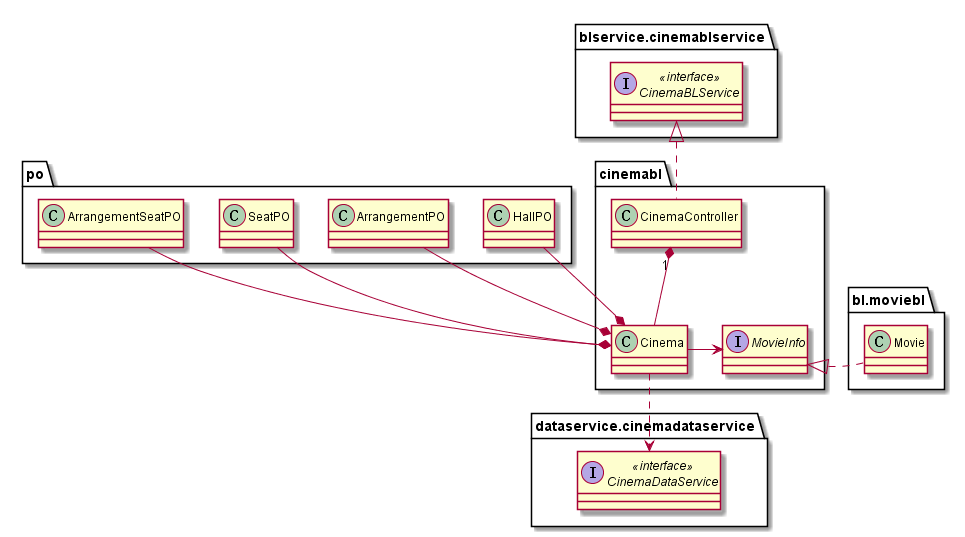
The PlantUML diagram docTask4/cinemabl_detailed_class_diagram.png in Lovell-918/UMLImage, before a commit.
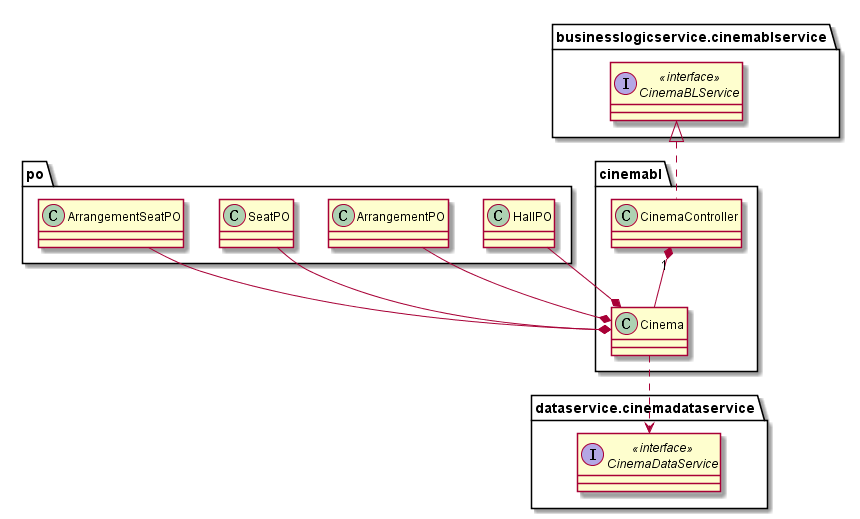
The same file after the commit.

The edit, as a diff of the source:
```diff
@@ -1,5 +1,5 @@
 @startuml cinemabl_detailed_class_diagram
-interface blservice.cinemablservice.CinemaBLService << interface >>
+interface businesslogicservice.cinemablservice.CinemaBLService << interface >>
 class po.HallPO
 class po.SeatPO
 class po.ArrangementPO
@@ -10,15 +10,12 @@
 package cinemabl{
     class CinemaController
     class Cinema
-    interface MovieInfo
-    CinemaController .up.|> blservice.cinemablservice.CinemaBLService
+    CinemaController .up.|> businesslogicservice.cinemablservice.CinemaBLService
     CinemaController "1" *-down- Cinema
     Cinema .down.> dataservice.cinemadataservice.CinemaDataService
     Cinema *-left- po.HallPO
     Cinema *-up- po.ASPO
     Cinema *-up- po.SeatPO
     Cinema *-up- po.ArrangementPO
-    Cinema -right-> MovieInfo
-    bl.moviebl.Movie .left.|> MovieInfo
 }
 @enduml
```
